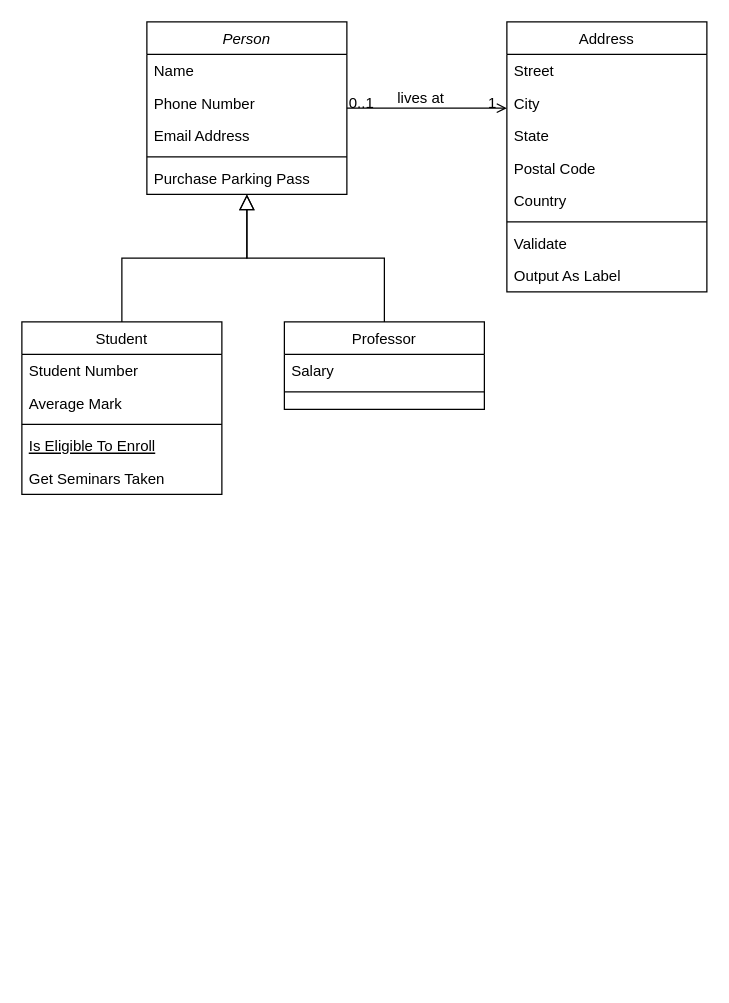
Above: Untitled Diagram.drawio in azil11/functionlogim (draw.io), before the change. Source tidied: cells renumbered, new cells numbered last; positions are measured from the earlier drawing's top-left corner, leaving out a move shared by most shapes. Both pictures are drawn from the tidied source at 125%, with x=0, y=0 at pixel (21, 21).
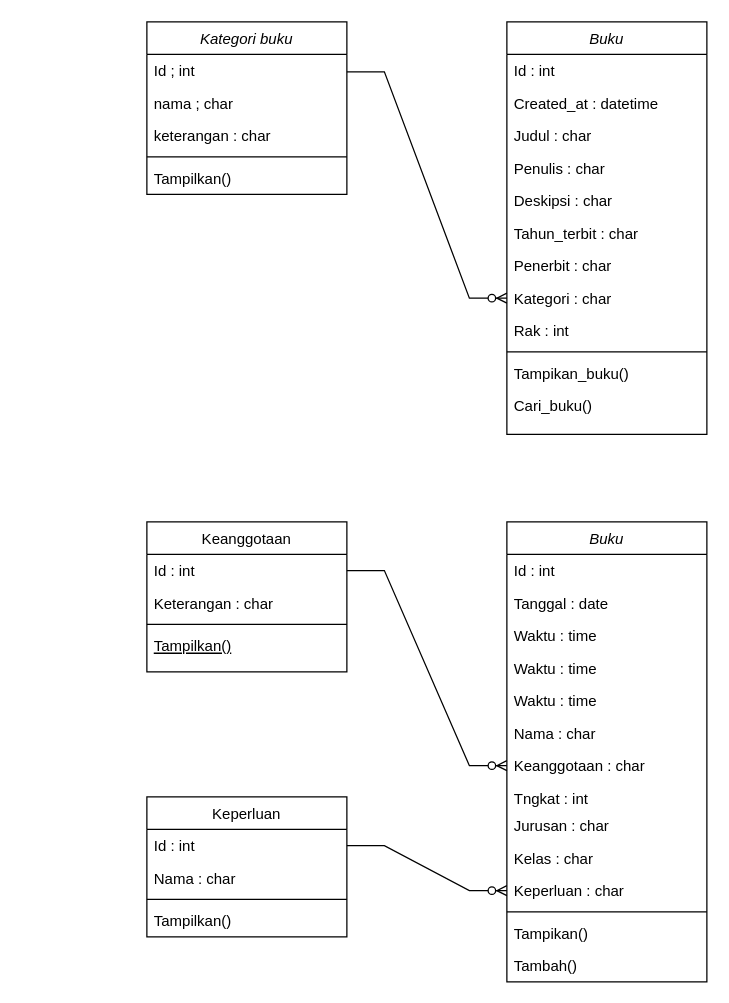
The same page after the edit.

Diff of the diagram source:
```diff
@@
-    <mxCell id="2" value="Person" style="swimlane;fontStyle=2;align=center;verticalAlign=top;horizontal=1;startSize=26;rounded=0;shadow=0;strokeWidth=1;" parent="1" vertex="1">
+    <mxCell id="2" value="Kategori buku" style="swimlane;fontStyle=2;align=center;verticalAlign=top;horizontal=1;startSize=26;rounded=0;shadow=0;strokeWidth=1;" parent="1" vertex="1">
       <mxGeometry x="100" width="160" height="138" as="geometry" />
     </mxCell>
-    <mxCell id="3" value="Name" style="text;align=left;verticalAlign=top;spacingLeft=4;spacingRight=4;overflow=hidden;" parent="2" vertex="1">
+    <mxCell id="3" value="Id ; int" style="text;align=left;verticalAlign=top;spacingLeft=4;spacingRight=4;overflow=hidden;" parent="2" vertex="1">
       <mxGeometry y="26" width="160" height="26" as="geometry" />
     </mxCell>
-    <mxCell id="4" value="Phone Number" style="text;align=left;verticalAlign=top;spacingLeft=4;spacingRight=4;overflow=hidden;rounded=0;shadow=0;html=0;" parent="2" vertex="1">
+    <mxCell id="4" value="nama ; char" style="text;align=left;verticalAlign=top;spacingLeft=4;spacingRight=4;overflow=hidden;rounded=0;shadow=0;html=0;" parent="2" vertex="1">
       <mxGeometry y="52" width="160" height="26" as="geometry" />
     </mxCell>
-    <mxCell id="5" value="Email Address" style="text;align=left;verticalAlign=top;spacingLeft=4;spacingRight=4;overflow=hidden;rounded=0;shadow=0;html=0;" parent="2" vertex="1">
+    <mxCell id="5" value="keterangan : char" style="text;align=left;verticalAlign=top;spacingLeft=4;spacingRight=4;overflow=hidden;rounded=0;shadow=0;html=0;" parent="2" vertex="1">
       <mxGeometry y="78" width="160" height="26" as="geometry" />
     </mxCell>
@@
-    <mxCell id="7" value="Purchase Parking Pass" style="text;align=left;verticalAlign=top;spacingLeft=4;spacingRight=4;overflow=hidden;" parent="2" vertex="1">
+    <mxCell id="7" value="Tampilkan()" style="text;align=left;verticalAlign=top;spacingLeft=4;spacingRight=4;overflow=hidden;" parent="2" vertex="1">
       <mxGeometry y="112" width="160" height="26" as="geometry" />
     </mxCell>
-    <mxCell id="8" value="Student" style="swimlane;fontStyle=0;align=center;verticalAlign=top;horizontal=1;startSize=26;rounded=0;shadow=0;strokeWidth=1;" parent="1" vertex="1">
-      <mxGeometry y="240" width="160" height="138" as="geometry" />
+    <mxCell id="8" value="Keanggotaan" style="swimlane;fontStyle=0;align=center;verticalAlign=top;horizontal=1;startSize=26;rounded=0;shadow=0;strokeWidth=1;" parent="1" vertex="1">
+      <mxGeometry x="100" y="400" width="160" height="120" as="geometry" />
     </mxCell>
-    <mxCell id="9" value="Student Number" style="text;align=left;verticalAlign=top;spacingLeft=4;spacingRight=4;overflow=hidden;points=[[0,0.5],[1,0.5]];portConstraint=eastwest;" parent="8" vertex="1">
+    <mxCell id="9" value="Id : int" style="text;align=left;verticalAlign=top;spacingLeft=4;spacingRight=4;overflow=hidden;points=[[0,0.5],[1,0.5]];portConstraint=eastwest;" parent="8" vertex="1">
       <mxGeometry y="26" width="160" height="26" as="geometry" />
     </mxCell>
-    <mxCell id="10" value="Average Mark" style="text;align=left;verticalAlign=top;spacingLeft=4;spacingRight=4;overflow=hidden;rounded=0;shadow=0;html=0;" parent="8" vertex="1">
+    <mxCell id="10" value="Keterangan : char" style="text;align=left;verticalAlign=top;spacingLeft=4;spacingRight=4;overflow=hidden;rounded=0;shadow=0;html=0;" parent="8" vertex="1">
       <mxGeometry y="52" width="160" height="26" as="geometry" />
     </mxCell>
@@
-    <mxCell id="12" value="Is Eligible To Enroll" style="text;align=left;verticalAlign=top;spacingLeft=4;spacingRight=4;overflow=hidden;fontStyle=4;" parent="8" vertex="1">
+    <mxCell id="12" value="Tampilkan()" style="text;align=left;verticalAlign=top;spacingLeft=4;spacingRight=4;overflow=hidden;fontStyle=4;" parent="8" vertex="1">
       <mxGeometry y="86" width="160" height="26" as="geometry" />
     </mxCell>
-    <mxCell id="13" value="Get Seminars Taken" style="text;align=left;verticalAlign=top;spacingLeft=4;spacingRight=4;overflow=hidden;" parent="8" vertex="1">
-      <mxGeometry y="112" width="160" height="26" as="geometry" />
-    </mxCell>
-    <mxCell id="14" style="endArrow=block;endSize=10;endFill=0;shadow=0;strokeWidth=1;rounded=0;edgeStyle=elbowEdgeStyle;elbow=vertical;" parent="1" edge="1" source="8" target="2">
-      <mxGeometry relative="1" as="geometry" />
-    </mxCell>
-    <mxCell id="15" value="Professor" style="swimlane;fontStyle=0;align=center;verticalAlign=top;horizontal=1;startSize=26;rounded=0;shadow=0;strokeWidth=1;" parent="1" vertex="1">
-      <mxGeometry x="210" y="240" width="160" height="70" as="geometry" />
+    <mxCell id="15" value="Keperluan" style="swimlane;fontStyle=0;align=center;verticalAlign=top;horizontal=1;startSize=26;rounded=0;shadow=0;strokeWidth=1;" parent="1" vertex="1">
+      <mxGeometry x="100" y="620" width="160" height="112" as="geometry" />
     </mxCell>
-    <mxCell id="16" value="Salary" style="text;align=left;verticalAlign=top;spacingLeft=4;spacingRight=4;overflow=hidden;points=[[0,0.5],[1,0.5]];portConstraint=eastwest;" parent="15" vertex="1">
+    <mxCell id="16" value="Id : int" style="text;align=left;verticalAlign=top;spacingLeft=4;spacingRight=4;overflow=hidden;points=[[0,0.5],[1,0.5]];portConstraint=eastwest;" parent="15" vertex="1">
       <mxGeometry y="26" width="160" height="26" as="geometry" />
     </mxCell>
+    <mxCell id="32" value="Nama : char " style="text;align=left;verticalAlign=top;spacingLeft=4;spacingRight=4;overflow=hidden;" parent="15" vertex="1">
+      <mxGeometry y="52" width="160" height="26" as="geometry" />
+    </mxCell>
     <mxCell id="17" style="line;html=1;strokeWidth=1;align=left;verticalAlign=middle;spacingTop=-1;spacingLeft=3;spacingRight=3;labelPosition=right;" parent="15" vertex="1">
-      <mxGeometry y="52" width="160" height="8" as="geometry" />
+      <mxGeometry y="78" width="160" height="8" as="geometry" />
     </mxCell>
-    <mxCell id="18" style="endArrow=block;endSize=10;endFill=0;shadow=0;strokeWidth=1;rounded=0;edgeStyle=elbowEdgeStyle;elbow=vertical;" parent="1" edge="1" source="15" target="2">
-      <mxGeometry relative="1" as="geometry" />
-    </mxCell>
+    <mxCell id="33" value="Tampilkan() " style="text;align=left;verticalAlign=top;spacingLeft=4;spacingRight=4;overflow=hidden;" parent="15" vertex="1">
+      <mxGeometry y="86" width="160" height="26" as="geometry" />
+    </mxCell>
-    <mxCell id="19" value="Address" style="swimlane;fontStyle=0;align=center;verticalAlign=top;horizontal=1;startSize=26;rounded=0;shadow=0;strokeWidth=1;" parent="1" vertex="1">
-      <mxGeometry x="388" width="160" height="216" as="geometry" />
+    <mxCell id="19" value="Buku" style="swimlane;fontStyle=2;align=center;verticalAlign=top;horizontal=1;startSize=26;rounded=0;shadow=0;strokeWidth=1;" parent="1" vertex="1">
+      <mxGeometry x="388" width="160" height="330" as="geometry" />
     </mxCell>
-    <mxCell id="20" value="Street" style="text;align=left;verticalAlign=top;spacingLeft=4;spacingRight=4;overflow=hidden;" parent="19" vertex="1">
+    <mxCell id="20" value="Id : int" style="text;align=left;verticalAlign=top;spacingLeft=4;spacingRight=4;overflow=hidden;" parent="19" vertex="1">
       <mxGeometry y="26" width="160" height="26" as="geometry" />
     </mxCell>
-    <mxCell id="21" value="City" style="text;align=left;verticalAlign=top;spacingLeft=4;spacingRight=4;overflow=hidden;rounded=0;shadow=0;html=0;" parent="19" vertex="1">
+    <mxCell id="21" value="Created_at : datetime" style="text;align=left;verticalAlign=top;spacingLeft=4;spacingRight=4;overflow=hidden;rounded=0;shadow=0;html=0;" parent="19" vertex="1">
       <mxGeometry y="52" width="160" height="26" as="geometry" />
     </mxCell>
-    <mxCell id="22" value="State" style="text;align=left;verticalAlign=top;spacingLeft=4;spacingRight=4;overflow=hidden;rounded=0;shadow=0;html=0;" parent="19" vertex="1">
-      <mxGeometry y="78" width="160" height="26" as="geometry" />
-    </mxCell>
-    <mxCell id="23" value="Postal Code" style="text;align=left;verticalAlign=top;spacingLeft=4;spacingRight=4;overflow=hidden;rounded=0;shadow=0;html=0;" parent="19" vertex="1">
-      <mxGeometry y="104" width="160" height="26" as="geometry" />
+    <mxCell id="23" value="Judul : char" style="text;align=left;verticalAlign=top;spacingLeft=4;spacingRight=4;overflow=hidden;rounded=0;shadow=0;html=0;" parent="19" vertex="1">
+      <mxGeometry y="78" width="160" height="26" as="geometry" />
     </mxCell>
-    <mxCell id="24" value="Country" style="text;align=left;verticalAlign=top;spacingLeft=4;spacingRight=4;overflow=hidden;rounded=0;shadow=0;html=0;" parent="19" vertex="1">
-      <mxGeometry y="130" width="160" height="26" as="geometry" />
+    <mxCell id="24" value="Penulis : char" style="text;align=left;verticalAlign=top;spacingLeft=4;spacingRight=4;overflow=hidden;rounded=0;shadow=0;html=0;" parent="19" vertex="1">
+      <mxGeometry y="104" width="160" height="26" as="geometry" />
     </mxCell>
-    <mxCell id="25" style="line;html=1;strokeWidth=1;align=left;verticalAlign=middle;spacingTop=-1;spacingLeft=3;spacingRight=3;labelPosition=right;" parent="19" vertex="1">
-      <mxGeometry y="156" width="160" height="8" as="geometry" />
-    </mxCell>
-    <mxCell id="26" value="Validate" style="text;align=left;verticalAlign=top;spacingLeft=4;spacingRight=4;overflow=hidden;" parent="19" vertex="1">
-      <mxGeometry y="164" width="160" height="26" as="geometry" />
+    <mxCell id="26" value="Deskipsi : char" style="text;align=left;verticalAlign=top;spacingLeft=4;spacingRight=4;overflow=hidden;" parent="19" vertex="1">
+      <mxGeometry y="130" width="160" height="26" as="geometry" />
     </mxCell>
-    <mxCell id="27" value="Output As Label" style="text;align=left;verticalAlign=top;spacingLeft=4;spacingRight=4;overflow=hidden;" parent="19" vertex="1">
-      <mxGeometry y="190" width="160" height="26" as="geometry" />
+    <mxCell id="27" value="Tahun_terbit : char" style="text;align=left;verticalAlign=top;spacingLeft=4;spacingRight=4;overflow=hidden;" parent="19" vertex="1">
+      <mxGeometry y="156" width="160" height="26" as="geometry" />
     </mxCell>
-    <mxCell id="28" style="endArrow=open;shadow=0;strokeWidth=1;rounded=0;endFill=1;edgeStyle=elbowEdgeStyle;elbow=vertical;" parent="1" edge="1" source="2" target="19">
-      <mxGeometry x="0.5" y="41" relative="1" as="geometry">
-        <mxPoint x="-40" y="32" as="offset" />
-      </mxGeometry>
-    </mxCell>
-    <mxCell id="29" value="0..1" style="align=left;verticalAlign=bottom;labelBackgroundColor=none;fontSize=12;" parent="28" vertex="1">
-      <mxGeometry x="-1" relative="1" as="geometry">
-        <mxPoint y="4" as="offset" />
-      </mxGeometry>
-    </mxCell>
-    <mxCell id="30" value="1" style="align=right;verticalAlign=bottom;labelBackgroundColor=none;fontSize=12;" parent="28" vertex="1">
-      <mxGeometry x="1" relative="1" as="geometry">
-        <mxPoint x="-7" y="4" as="offset" />
-      </mxGeometry>
-    </mxCell>
-    <mxCell id="31" value="lives at" style="text;html=1;align=center;verticalAlign=middle;labelBackgroundColor=none;rounded=0;shadow=0;strokeWidth=1;fontSize=12;" parent="28" vertex="1">
-      <mxGeometry x="0.5" y="49" relative="1" as="geometry">
-        <mxPoint x="-38" y="40" as="offset" />
-      </mxGeometry>
-    </mxCell>
+    <mxCell id="34" value="Penerbit : char" style="text;align=left;verticalAlign=top;spacingLeft=4;spacingRight=4;overflow=hidden;" parent="19" vertex="1">
+      <mxGeometry y="182" width="160" height="26" as="geometry" />
+    </mxCell>
+    <mxCell id="35" value="Kategori : char" style="text;align=left;verticalAlign=top;spacingLeft=4;spacingRight=4;overflow=hidden;points=[[0,0.5],[1,0.5]];portConstraint=eastwest;" parent="19" vertex="1">
+      <mxGeometry y="208" width="160" height="26" as="geometry" />
+    </mxCell>
+    <mxCell id="36" value="Rak : int" style="text;align=left;verticalAlign=top;spacingLeft=4;spacingRight=4;overflow=hidden;" parent="19" vertex="1">
+      <mxGeometry y="234" width="160" height="26" as="geometry" />
+    </mxCell>
+    <mxCell id="25" style="line;html=1;strokeWidth=1;align=left;verticalAlign=middle;spacingTop=-1;spacingLeft=3;spacingRight=3;labelPosition=right;" parent="19" vertex="1">
+      <mxGeometry y="260" width="160" height="8" as="geometry" />
+    </mxCell>
+    <mxCell id="37" value="Tampikan_buku() " style="text;align=left;verticalAlign=top;spacingLeft=4;spacingRight=4;overflow=hidden;" parent="19" vertex="1">
+      <mxGeometry y="268" width="160" height="26" as="geometry" />
+    </mxCell>
+    <mxCell id="38" value="Cari_buku()" style="text;align=left;verticalAlign=top;spacingLeft=4;spacingRight=4;overflow=hidden;" parent="19" vertex="1">
+      <mxGeometry y="294" width="160" height="26" as="geometry" />
+    </mxCell>
+    <mxCell id="39" value="Buku" style="swimlane;fontStyle=2;align=center;verticalAlign=top;horizontal=1;startSize=26;rounded=0;shadow=0;strokeWidth=1;" parent="1" vertex="1">
+      <mxGeometry x="388" y="400" width="160" height="368" as="geometry" />
+    </mxCell>
+    <mxCell id="40" value="Id : int" style="text;align=left;verticalAlign=top;spacingLeft=4;spacingRight=4;overflow=hidden;" parent="39" vertex="1">
+      <mxGeometry y="26" width="160" height="26" as="geometry" />
+    </mxCell>
+    <mxCell id="41" value="Tanggal : date" style="text;align=left;verticalAlign=top;spacingLeft=4;spacingRight=4;overflow=hidden;rounded=0;shadow=0;html=0;" parent="39" vertex="1">
+      <mxGeometry y="52" width="160" height="26" as="geometry" />
+    </mxCell>
+    <mxCell id="42" value="Waktu : time" style="text;align=left;verticalAlign=top;spacingLeft=4;spacingRight=4;overflow=hidden;rounded=0;shadow=0;html=0;" parent="39" vertex="1">
+      <mxGeometry y="78" width="160" height="26" as="geometry" />
+    </mxCell>
+    <mxCell id="43" value="Waktu : time" style="text;align=left;verticalAlign=top;spacingLeft=4;spacingRight=4;overflow=hidden;rounded=0;shadow=0;html=0;" parent="39" vertex="1">
+      <mxGeometry y="104" width="160" height="26" as="geometry" />
+    </mxCell>
+    <mxCell id="44" value="Waktu : time" style="text;align=left;verticalAlign=top;spacingLeft=4;spacingRight=4;overflow=hidden;rounded=0;shadow=0;html=0;" parent="39" vertex="1">
+      <mxGeometry y="130" width="160" height="26" as="geometry" />
+    </mxCell>
+    <mxCell id="45" value="Nama : char" style="text;align=left;verticalAlign=top;spacingLeft=4;spacingRight=4;overflow=hidden;rounded=0;shadow=0;html=0;" parent="39" vertex="1">
+      <mxGeometry y="156" width="160" height="26" as="geometry" />
+    </mxCell>
+    <mxCell id="46" value="Keanggotaan : char" style="text;align=left;verticalAlign=top;spacingLeft=4;spacingRight=4;overflow=hidden;points=[[0,0.5],[1,0.5]];portConstraint=eastwest;" parent="39" vertex="1">
+      <mxGeometry y="182" width="160" height="26" as="geometry" />
+    </mxCell>
+    <mxCell id="47" value="Tngkat : int" style="text;align=left;verticalAlign=top;spacingLeft=4;spacingRight=4;overflow=hidden;" parent="39" vertex="1">
+      <mxGeometry y="208" width="160" height="22" as="geometry" />
+    </mxCell>
+    <mxCell id="48" value="Jurusan : char" style="text;align=left;verticalAlign=top;spacingLeft=4;spacingRight=4;overflow=hidden;" parent="39" vertex="1">
+      <mxGeometry y="230" width="160" height="26" as="geometry" />
+    </mxCell>
+    <mxCell id="49" value="Kelas : char" style="text;align=left;verticalAlign=top;spacingLeft=4;spacingRight=4;overflow=hidden;" parent="39" vertex="1">
+      <mxGeometry y="256" width="160" height="26" as="geometry" />
+    </mxCell>
+    <mxCell id="50" value="Keperluan : char" style="text;align=left;verticalAlign=top;spacingLeft=4;spacingRight=4;overflow=hidden;points=[[0,0.5],[1,0.5]];portConstraint=eastwest;" parent="39" vertex="1">
+      <mxGeometry y="282" width="160" height="26" as="geometry" />
+    </mxCell>
+    <mxCell id="51" style="line;html=1;strokeWidth=1;align=left;verticalAlign=middle;spacingTop=-1;spacingLeft=3;spacingRight=3;labelPosition=right;" parent="39" vertex="1">
+      <mxGeometry y="308" width="160" height="8" as="geometry" />
+    </mxCell>
+    <mxCell id="52" value="Tampikan() " style="text;align=left;verticalAlign=top;spacingLeft=4;spacingRight=4;overflow=hidden;" parent="39" vertex="1">
+      <mxGeometry y="316" width="160" height="26" as="geometry" />
+    </mxCell>
+    <mxCell id="53" value="Tambah()" style="text;align=left;verticalAlign=top;spacingLeft=4;spacingRight=4;overflow=hidden;" parent="39" vertex="1">
+      <mxGeometry y="342" width="160" height="26" as="geometry" />
+    </mxCell>
+    <mxCell id="54" style="edgeStyle=entityRelationEdgeStyle;fontSize=12;html=1;endArrow=ERzeroToMany;endFill=1;rounded=0;entryX=0;entryY=0.5;entryDx=0;entryDy=0;" parent="1" edge="1" target="35">
+      <mxGeometry relative="1" as="geometry">
+        <mxPoint x="260" y="40" as="sourcePoint" />
+      </mxGeometry>
+    </mxCell>
+    <mxCell id="55" style="edgeStyle=entityRelationEdgeStyle;fontSize=12;html=1;endArrow=ERzeroToMany;endFill=1;rounded=0;exitX=1;exitY=0.5;exitDx=0;exitDy=0;entryX=0;entryY=0.5;entryDx=0;entryDy=0;" parent="1" edge="1" source="9" target="46">
+      <mxGeometry relative="1" as="geometry" />
+    </mxCell>
+    <mxCell id="56" style="edgeStyle=entityRelationEdgeStyle;fontSize=12;html=1;endArrow=ERzeroToMany;endFill=1;rounded=0;entryX=0;entryY=0.5;entryDx=0;entryDy=0;exitX=1;exitY=0.5;exitDx=0;exitDy=0;" parent="1" edge="1" source="16" target="50">
+      <mxGeometry relative="1" as="geometry" />
+    </mxCell>
```
